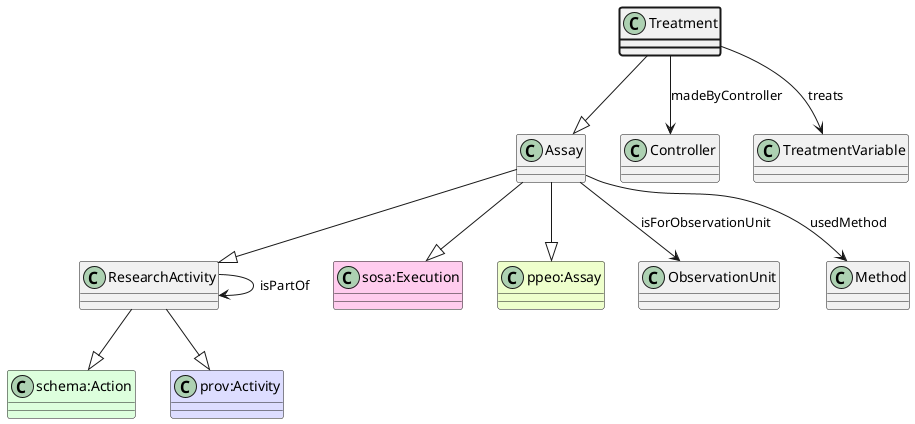
This is ttl_uml/ttl_appn_Treatment.png from aus-plant-phenomics-network/appn-schema, a PlantUML export, as it was before one commit.
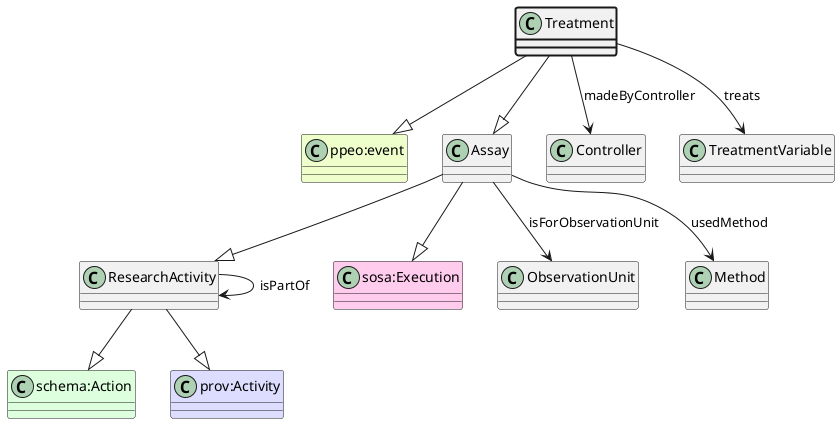
The same file after the commit.

Diff of the diagram source:
```diff
@@ -1,5 +1,7 @@
 @startuml
 class Treatment  #line.bold
+class "ppeo:event" #EEFFCC
+Treatment --|> "ppeo:event"
 class Assay
 class ResearchActivity
 class "schema:Action" #DDFFDD
@@ -9,8 +11,6 @@
 Assay --|> ResearchActivity
 class "sosa:Execution" #FFCCEE
 Assay --|> "sosa:Execution"
-class "ppeo:Assay" #EEFFCC
-Assay --|> "ppeo:Assay"
 Treatment --|> Assay
 class Controller
 Treatment --> Controller : madeByController
```
